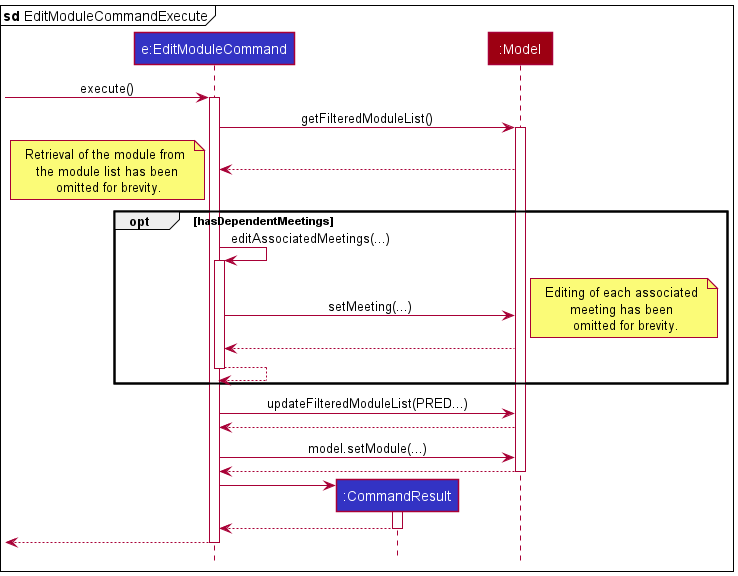
Before: docs/images/EditModuleSequenceDiagramReferenceFrame.png, a diagram exported from PlantUML (zfs-old-crap/linkytime). Its diagram source:
```plantuml
@startuml
!include style.puml
mainframe <b>sd</b> EditModuleCommandExecute
participant "e:EditModuleCommand" as EditModuleCommand LOGIC_COLOR
participant ":CommandResult" as CommandResult LOGIC_COLOR
participant ":Model" as Model MODEL_COLOR

[-> EditModuleCommand: execute()
activate EditModuleCommand
EditModuleCommand -> Model: getFilteredModuleList()
activate Model
Model --> EditModuleCommand
note left: Retrieval of the module from \n the module list has been \n omitted for brevity.
opt  hasDependentMeetings
    EditModuleCommand -> EditModuleCommand: editAssociatedMeetings(...)
    activate EditModuleCommand
    EditModuleCommand -> Model: setMeeting(...)
note right: Editing of each associated \n meeting has been  \n omitted for brevity.
    Model --> EditModuleCommand
    EditModuleCommand -->EditModuleCommand
    deactivate EditModuleCommand
end
EditModuleCommand -> Model: updateFilteredModuleList(PRED...)
Model --> EditModuleCommand
EditModuleCommand -> Model: model.setModule(...)
Model --> EditModuleCommand

deactivate Model

create CommandResult

EditModuleCommand -> CommandResult
activate CommandResult
CommandResult --> EditModuleCommand
deactivate CommandResult
EditModuleCommand -->[
deactivate EditModuleCommand

deactivate EditModuleCommand
@enduml
```
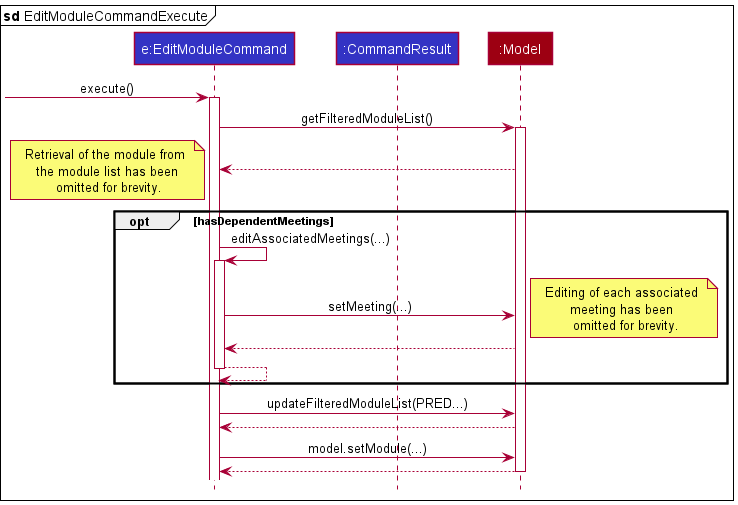
The same file after the commit.

Change to the diagram source:
```diff
@@ -27,14 +27,5 @@
 
 deactivate Model
 
-create CommandResult
 
-EditModuleCommand -> CommandResult
-activate CommandResult
-CommandResult --> EditModuleCommand
-deactivate CommandResult
-EditModuleCommand -->[
-deactivate EditModuleCommand
-
-deactivate EditModuleCommand
 @enduml
```
